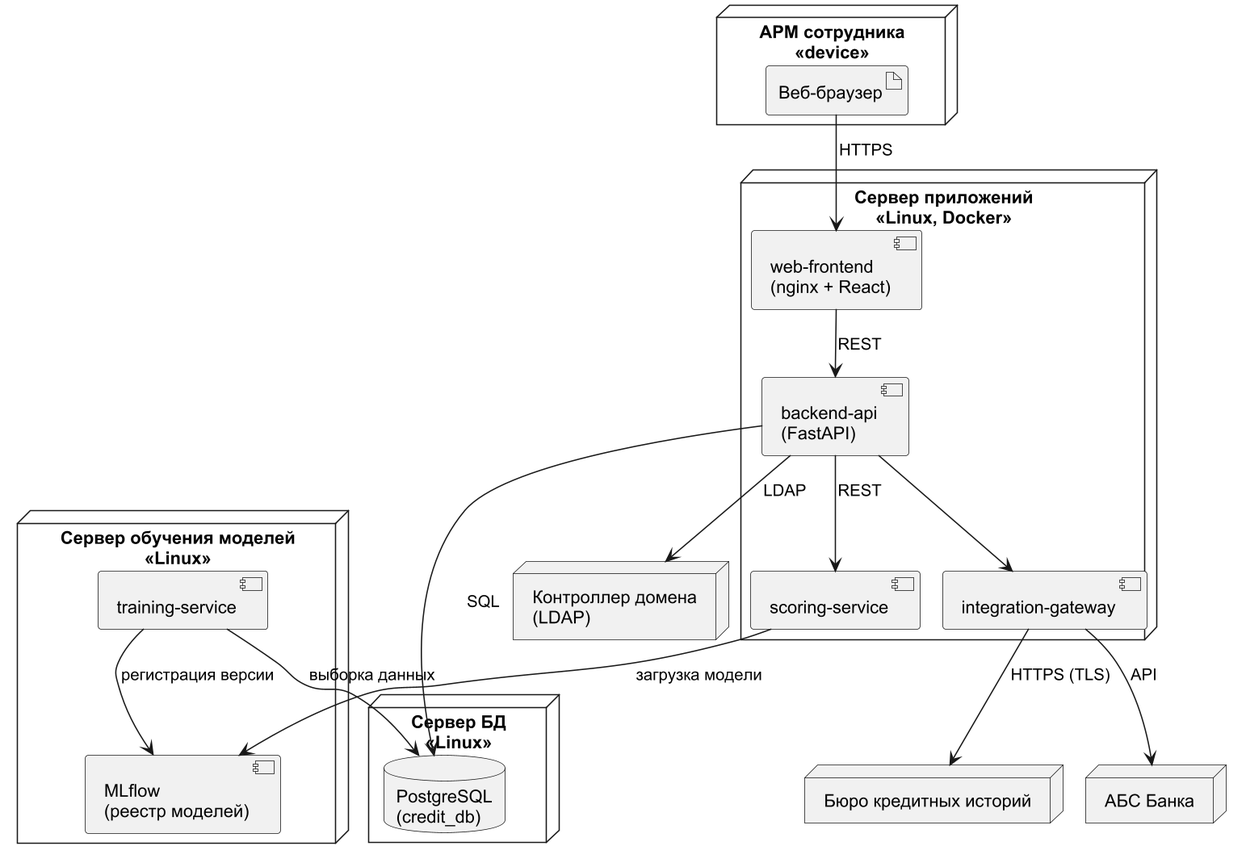
Earlier version of the PlantUML export diagrams/uml_deploy.png (DarkSwordman999/credit-scoring-dss).
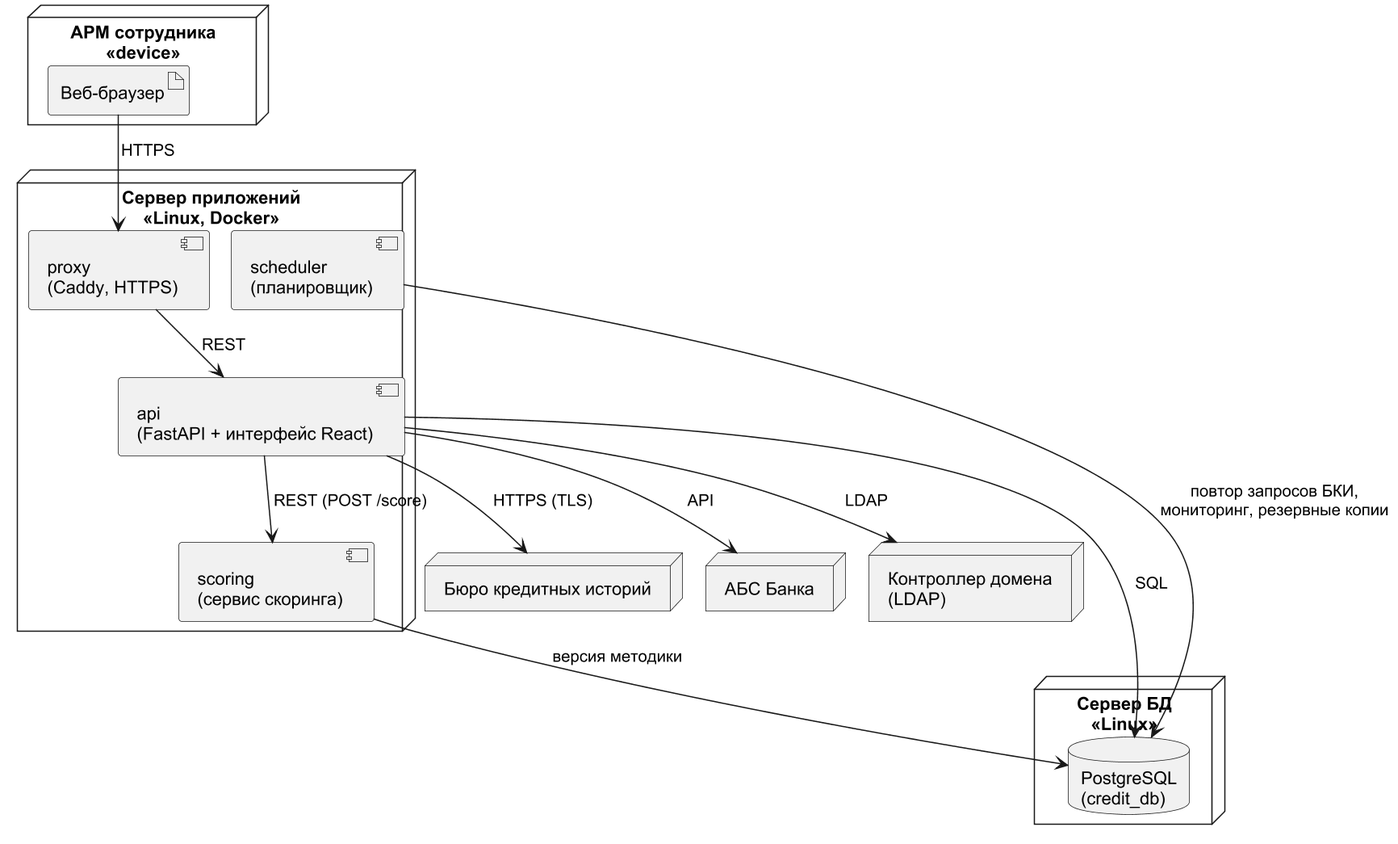
After the commit.

What changed in the source:
```diff
@@ -8,14 +8,10 @@
   artifact "Веб-браузер" as br
 }
 node "Сервер приложений\n<<Linux, Docker>>" as app {
-  component "web-frontend\n(nginx + React)" as fe
-  component "backend-api\n(FastAPI)" as be
-  component "scoring-service" as sc
-  component "integration-gateway" as gw
-}
-node "Сервер обучения моделей\n<<Linux>>" as mls {
-  component "training-service" as tr
-  component "MLflow\n(реестр моделей)" as mlf
+  component "proxy\n(Caddy, HTTPS)" as fe
+  component "api\n(FastAPI + интерфейс React)" as be
+  component "scoring\n(сервис скоринга)" as sc
+  component "scheduler\n(планировщик)" as gw
 }
 node "Сервер БД\n<<Linux>>" as dbs {
   database "PostgreSQL\n(credit_db)" as db
@@ -25,13 +21,11 @@
 node "Контроллер домена\n(LDAP)" as ldap
 br --> fe : HTTPS
 fe --> be : REST
-be --> sc : REST
-be --> gw
-gw --> bki : HTTPS (TLS)
-gw --> abs : API
+be --> sc : REST (POST /score)
+be --> bki : HTTPS (TLS)
+be --> abs : API
 be --> db : SQL
-sc --> mlf : загрузка модели
-tr --> mlf : регистрация версии
-tr --> db : выборка данных
+sc --> db : версия методики
+gw --> db : повтор запросов БКИ,\nмониторинг, резервные копии
 be --> ldap : LDAP
 @enduml
```
